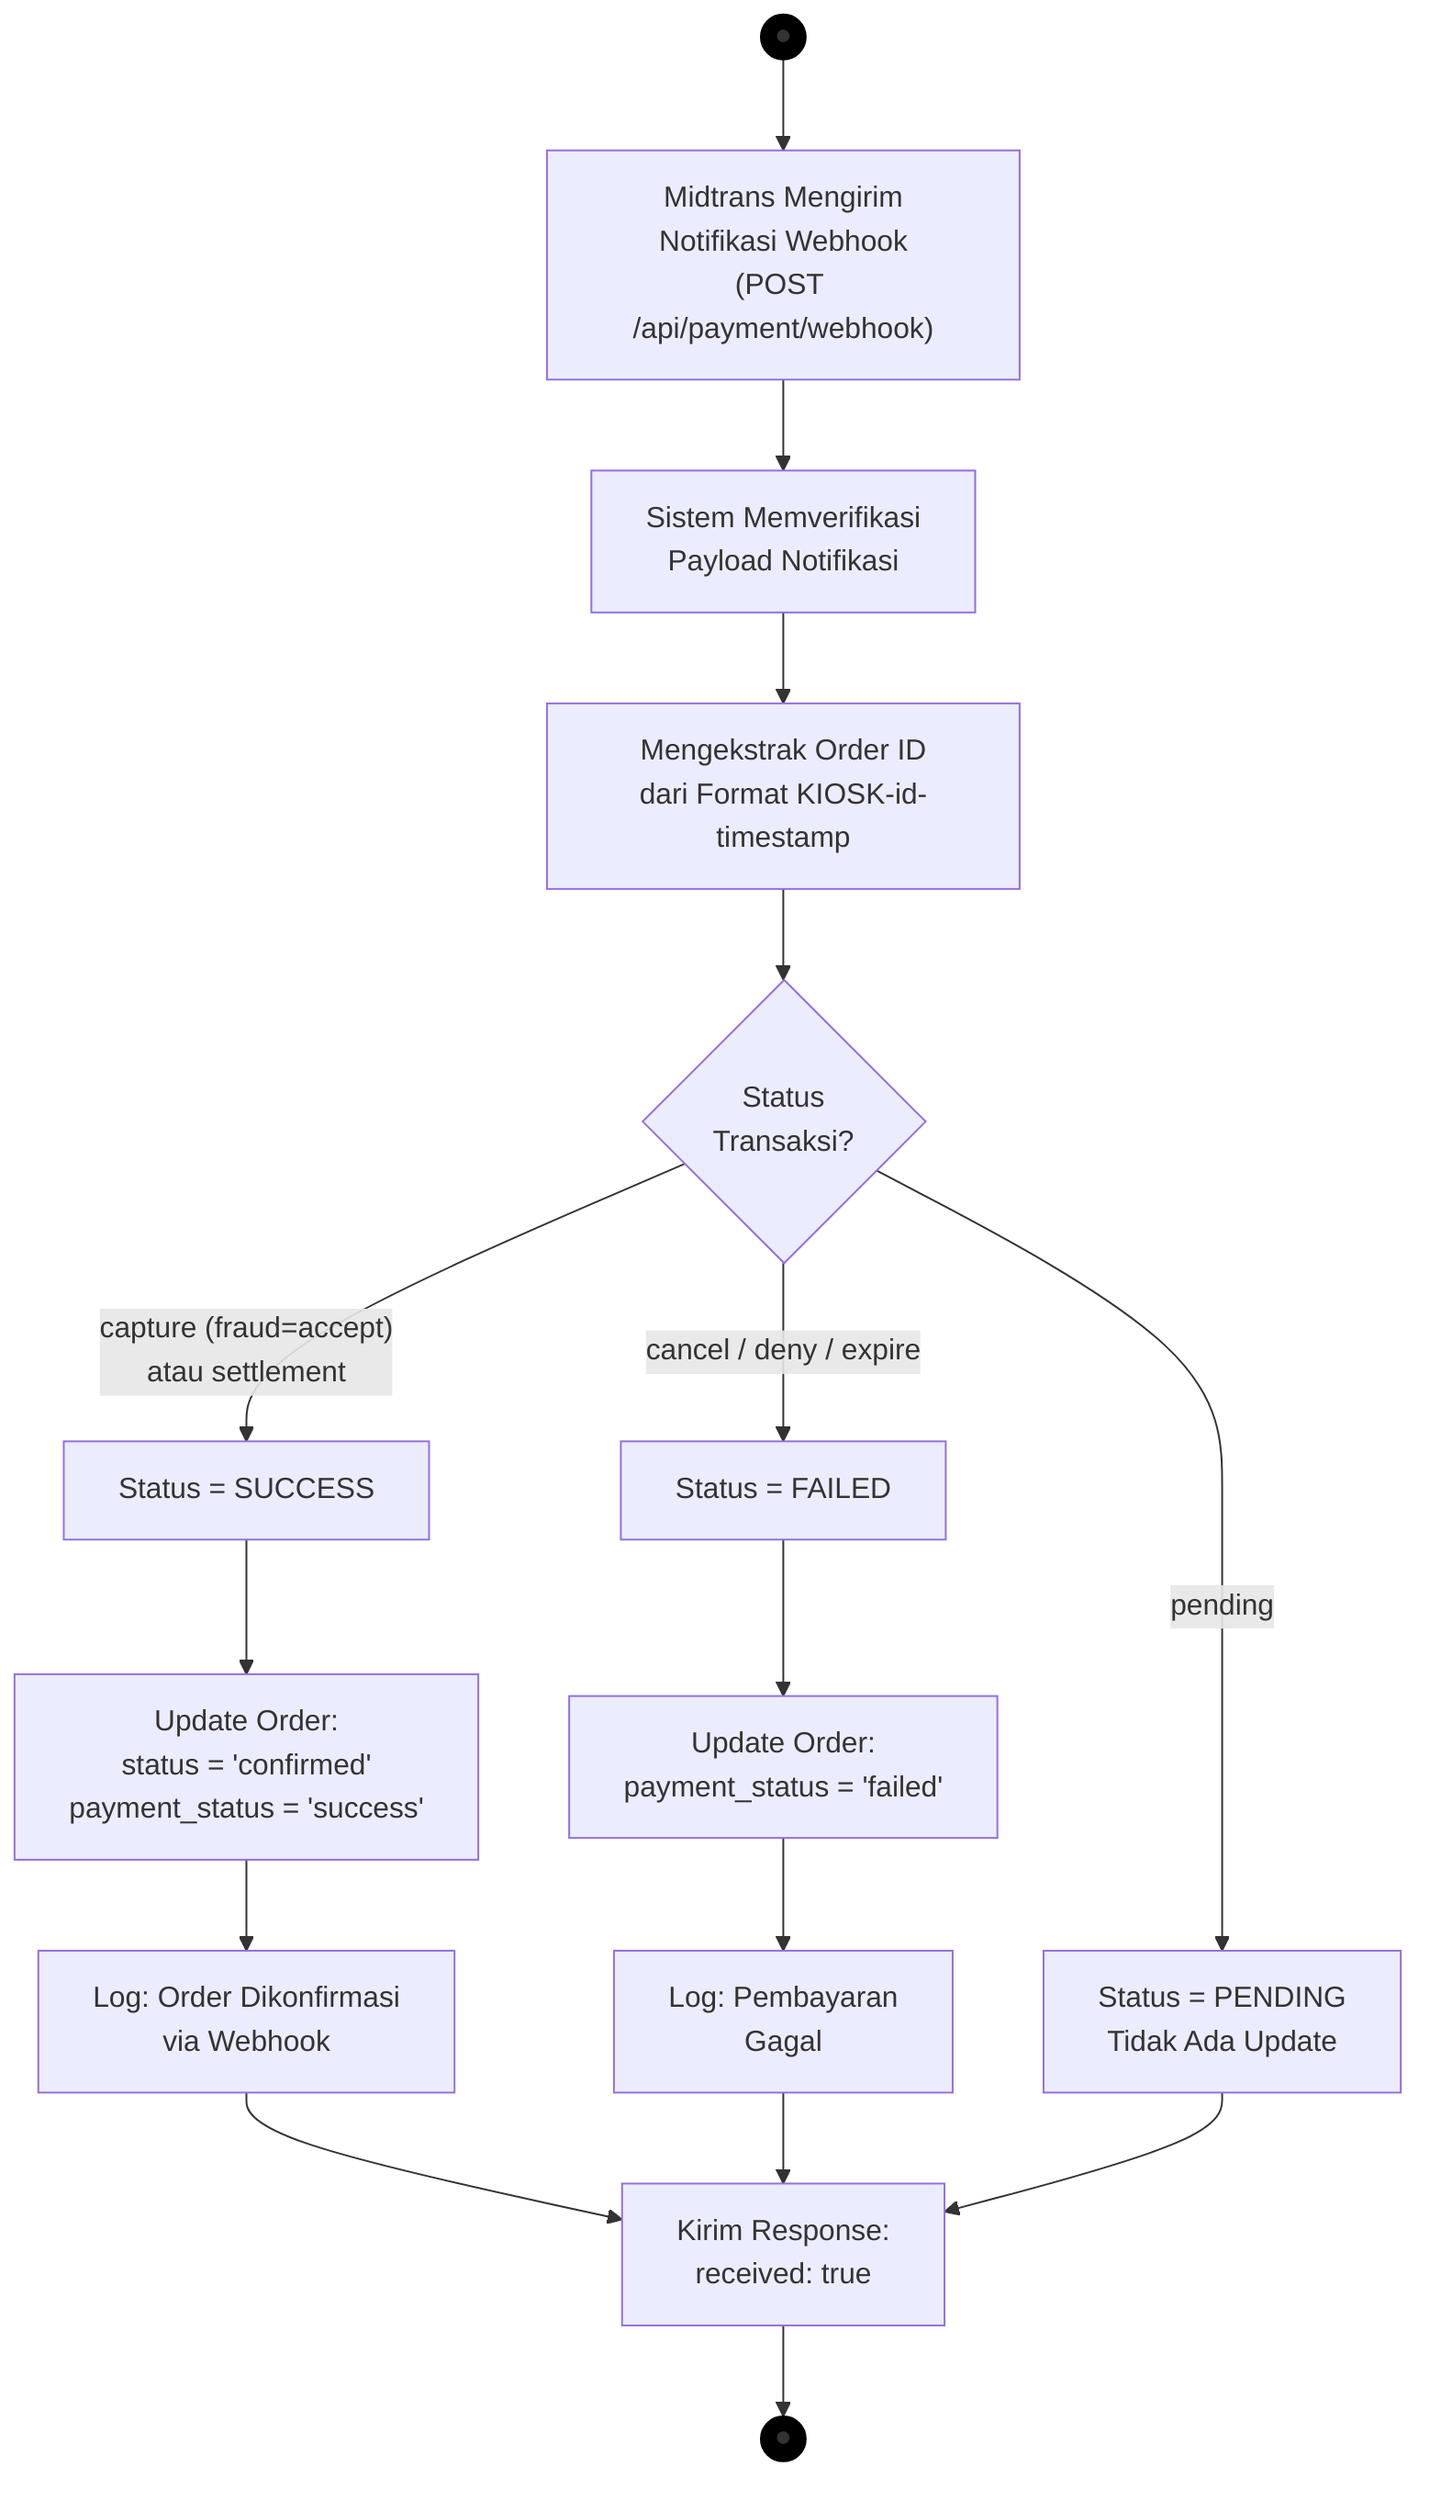
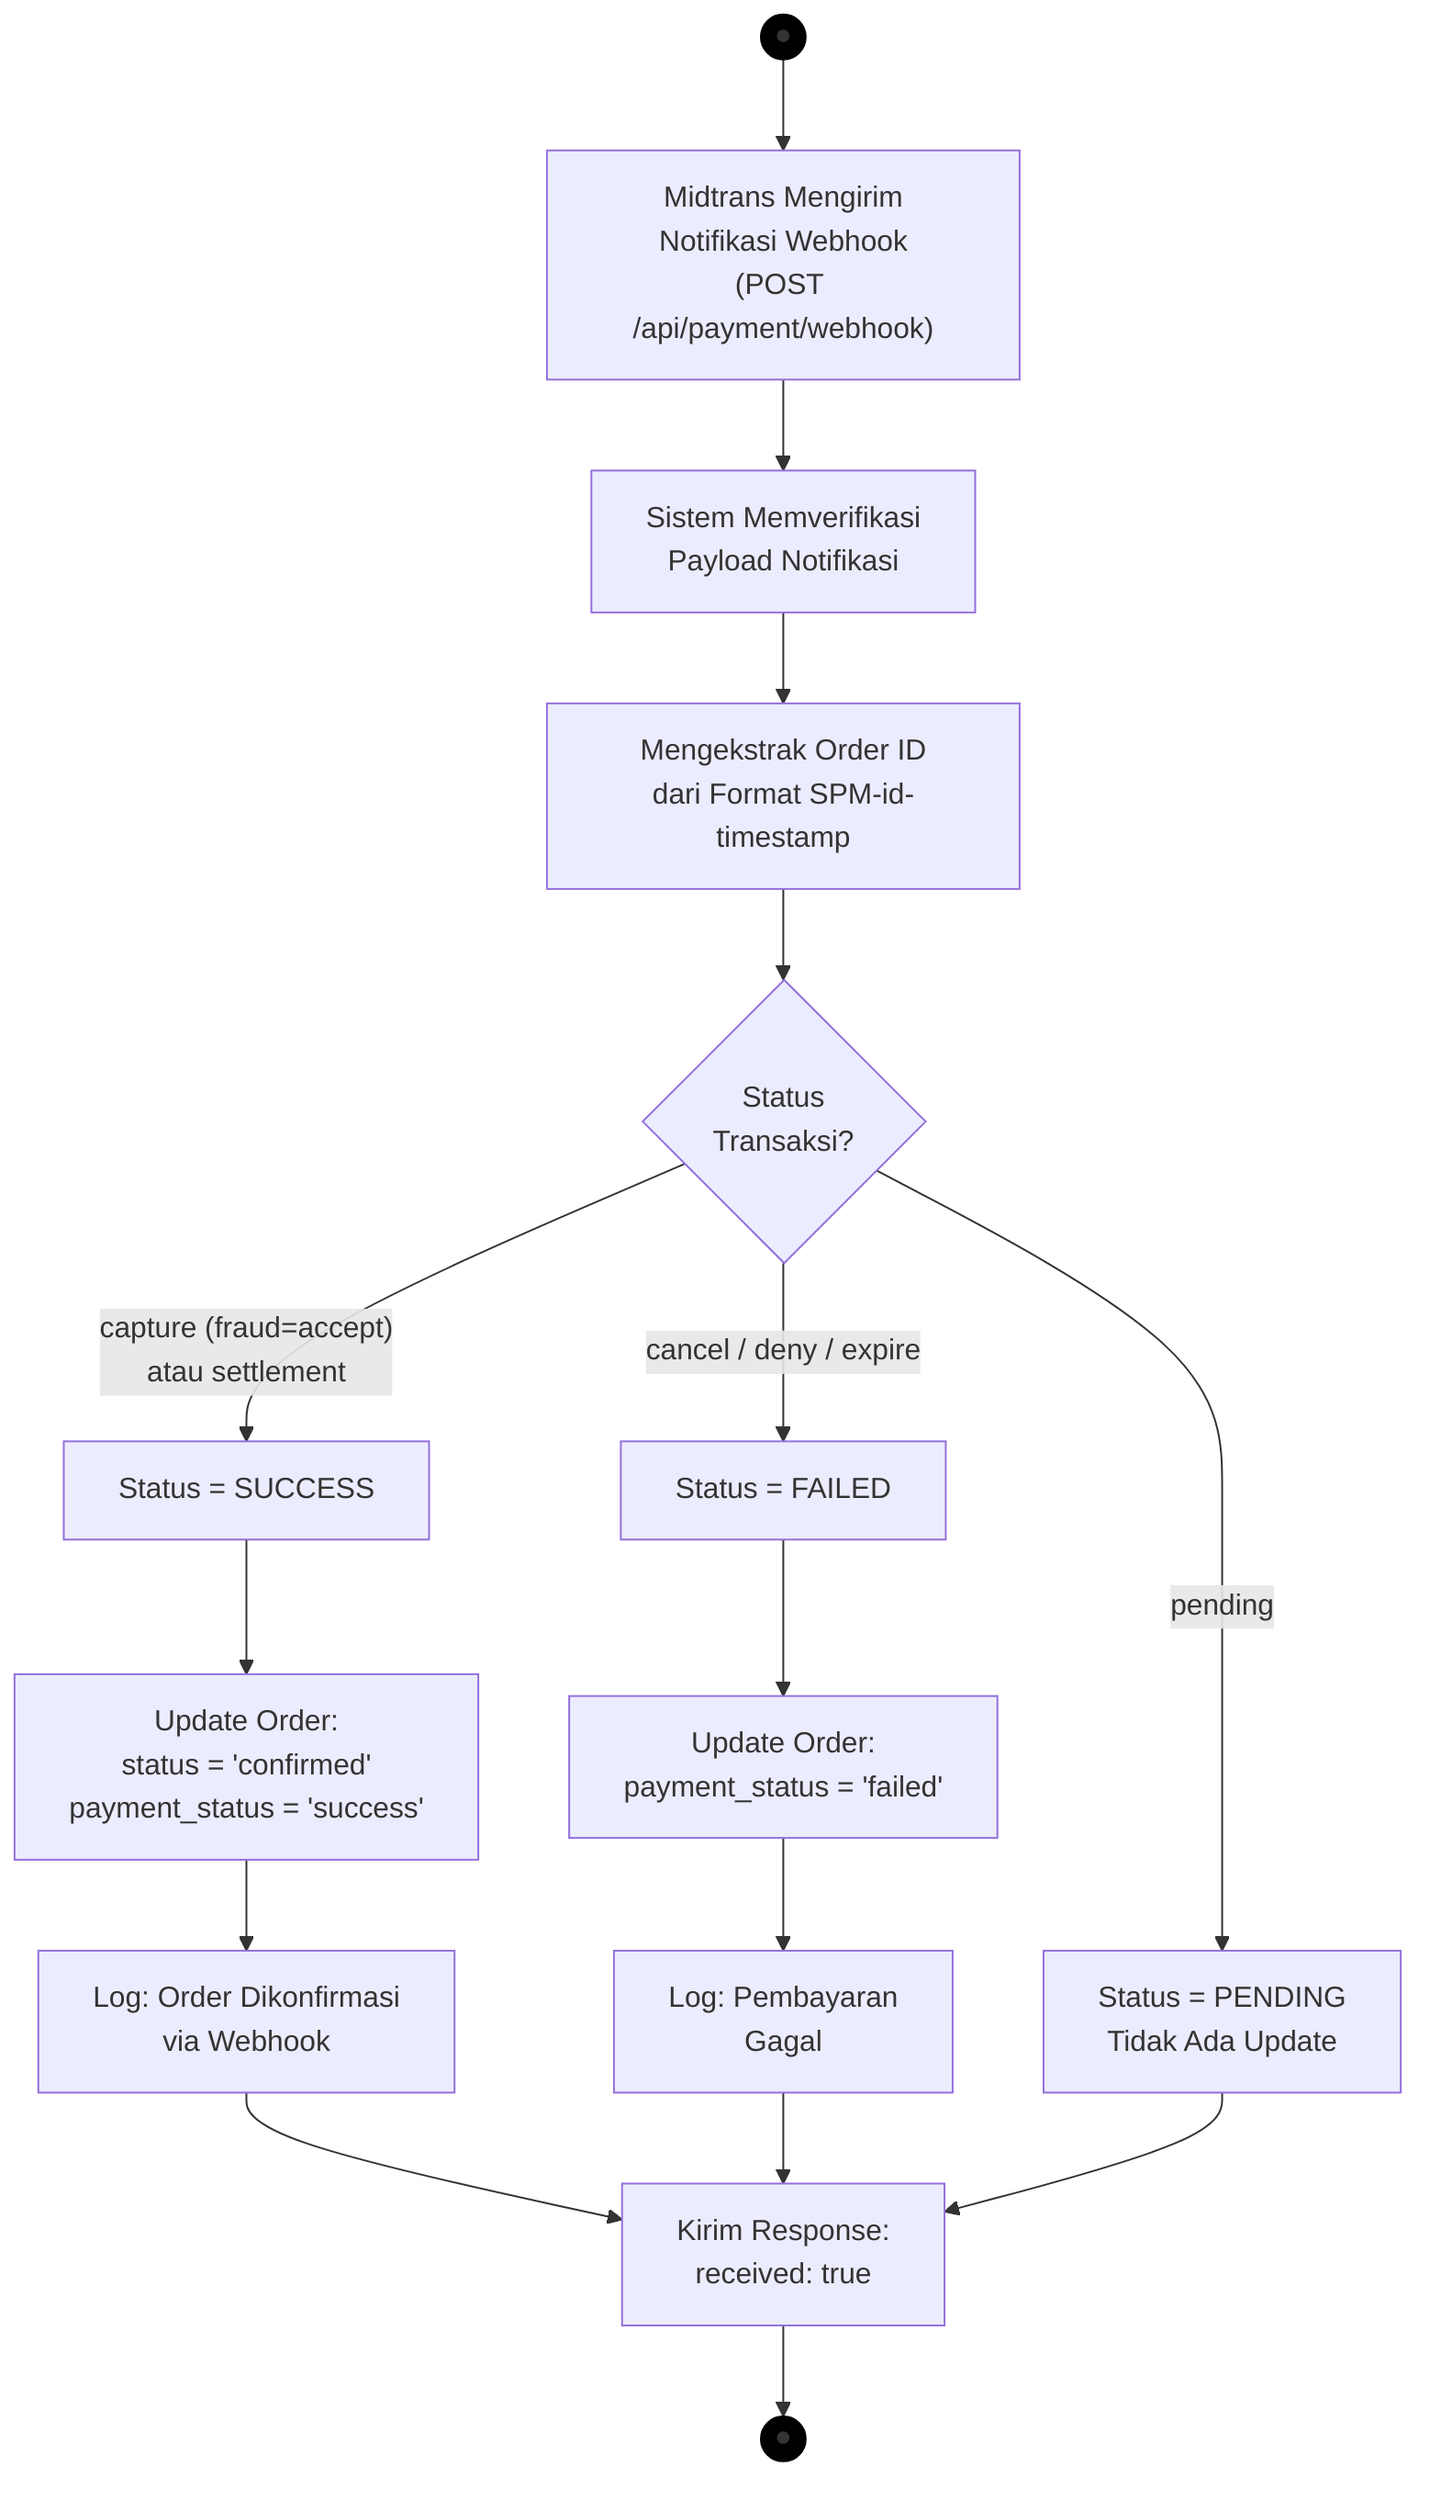
flowchart TD
    Start((●)) --> A["Midtrans Mengirim\nNotifikasi Webhook\n(POST /api/payment/webhook)"]
    A --> B["Sistem Memverifikasi\nPayload Notifikasi"]
-     B --> C["Mengekstrak Order ID\ndari Format KIOSK-id-timestamp"]
+     B --> C["Mengekstrak Order ID\ndari Format SPM-id-timestamp"]
    C --> D{"Status\nTransaksi?"}
    D -->|"capture (fraud=accept)\natau settlement"| E["Status = SUCCESS"]
    E --> F["Update Order:\nstatus = 'confirmed'\npayment_status = 'success'"]
    F --> G["Log: Order Dikonfirmasi\nvia Webhook"]
    D -->|"cancel / deny / expire"| H["Status = FAILED"]
    H --> I["Update Order:\npayment_status = 'failed'"]
    I --> J["Log: Pembayaran\nGagal"]
    D -->|"pending"| K["Status = PENDING\nTidak Ada Update"]
    G --> L["Kirim Response:\n received: true"]
    J --> L
    K --> L
    L --> End((●))

    style Start fill:#000,stroke:#000
    style End fill:#000,stroke:#000
